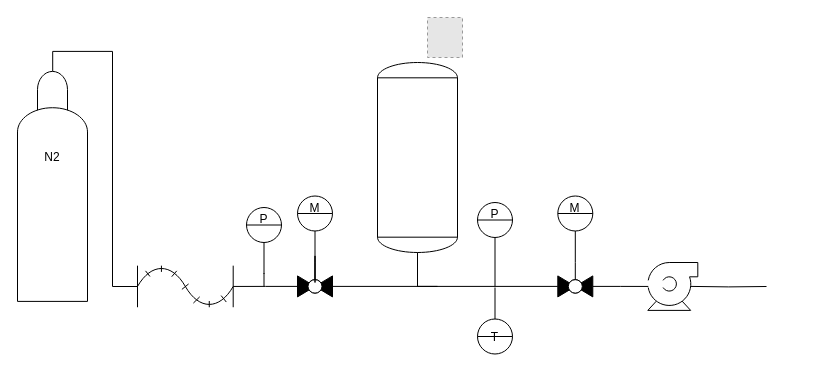
Earlier version of the draw.io diagram Pump Teststand.drawio (tudsat-rocket/diagrams). Source tidied: cells renumbered, new cells numbered last; positions are measured from the earlier drawing's top-left corner, leaving out a move shared by most shapes. Both pictures are drawn from the tidied source at 100%, with x=0, y=0 at pixel (17, 17). Pictures stored in the file or linked from it are replaced by grey dashed boxes.
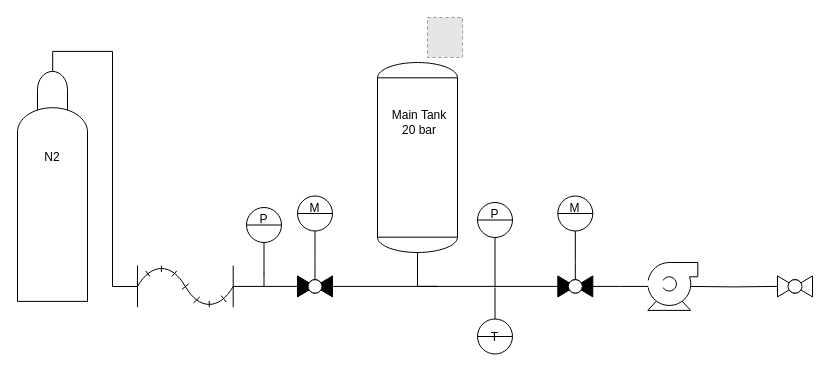
The same diagram, later.

Unchanged cells that the change refers to:
```xml
<mxCell id="16" style="verticalLabelPosition=bottom;align=center;html=1;verticalAlign=top;dashed=0;shape=mxgraph.pid2valves.valve;valveType=ball;defState=closed;labelPerimeter=1;" parent="1" vertex="1">
  <mxGeometry x="280" y="258.4" width="35" height="21" as="geometry" />
</mxCell>
<mxCell id="17" value="&lt;table cellpadding=&quot;0&quot; cellspacing=&quot;0&quot; style=&quot;font-size:1em;width:100%;height:100%;&quot;&gt;&lt;tbody&gt;&lt;tr&gt;&lt;td align=&quot;center&quot; height=&quot;25&quot;&gt;M&lt;/td&gt;&lt;/tr&gt;&lt;tr&gt;&lt;td align=&quot;center&quot; height=&quot;25&quot;&gt;&lt;br&gt;&lt;/td&gt;&lt;/tr&gt;&lt;tr&gt;&lt;td align=&quot;center&quot; valign=&quot;bottom&quot;&gt;&lt;/td&gt;&lt;/tr&gt;&lt;/tbody&gt;&lt;/table&gt;" style="html=1;outlineConnect=0;align=center;dashed=0;shape=mxgraph.pid2inst.indicator;mounting=room;overflow=fill;indType=inst;" parent="1" vertex="1">
  <mxGeometry x="280" y="178.5" width="35" height="66.5" as="geometry" />
</mxCell>
```

What changed in the source:
```diff
@@
-    <mxCell id="4" style="edgeStyle=orthogonalEdgeStyle;shape=connector;rounded=0;orthogonalLoop=1;jettySize=auto;html=1;exitX=0.86;exitY=0.5;exitDx=0;exitDy=0;exitPerimeter=0;strokeColor=default;align=center;verticalAlign=middle;fontFamily=Helvetica;fontSize=11;fontColor=default;labelBackgroundColor=default;defaultLabelBackgroundColor=page;labelPadding=0 4;endArrow=none;endFill=0;" parent="1" edge="1">
+    <mxCell id="4" style="edgeStyle=orthogonalEdgeStyle;shape=connector;rounded=0;jettySize=auto;html=1;exitX=0.86;exitY=0.5;exitDx=0;exitDy=0;exitPerimeter=0;strokeColor=default;align=center;verticalAlign=middle;fontFamily=Helvetica;fontSize=11;fontColor=default;labelBackgroundColor=default;defaultLabelBackgroundColor=page;labelPadding=0 4;endArrow=none;endFill=0;entryX=0;entryY=0.5;entryDx=0;entryDy=0;entryPerimeter=0;" parent="1" edge="1" target="25">
       <mxGeometry relative="1" as="geometry">
         <mxPoint x="672.3" y="268.9" as="sourcePoint" />
-        <mxPoint x="749" y="269" as="targetPoint" />
       </mxGeometry>
     </mxCell>
@@
-    <mxCell id="19" style="edgeStyle=orthogonalEdgeStyle;shape=connector;rounded=0;jettySize=auto;html=1;entryX=0.5;entryY=0.18;entryDx=0;entryDy=0;entryPerimeter=0;strokeColor=default;align=center;verticalAlign=middle;fontFamily=Helvetica;fontSize=11;fontColor=default;labelBackgroundColor=default;defaultLabelBackgroundColor=page;labelPadding=0 4;endArrow=none;endFill=0;" parent="1" edge="1" source="17" target="16">
-      <mxGeometry relative="1" as="geometry" />
+    <mxCell id="19" style="edgeStyle=orthogonalEdgeStyle;shape=connector;rounded=0;orthogonalLoop=1;jettySize=auto;html=1;entryX=0.5;entryY=0.18;entryDx=0;entryDy=0;entryPerimeter=0;strokeColor=default;align=center;verticalAlign=middle;fontFamily=Helvetica;fontSize=11;fontColor=default;labelBackgroundColor=default;defaultLabelBackgroundColor=page;labelPadding=0 4;endArrow=none;endFill=0;" parent="1" edge="1">
+      <mxGeometry relative="1" as="geometry">
+        <mxPoint x="297.5" y="245" as="sourcePoint" />
+        <mxPoint x="297.5" y="262.2" as="targetPoint" />
+      </mxGeometry>
     </mxCell>
@@
+    <mxCell id="25" style="verticalLabelPosition=bottom;align=center;html=1;verticalAlign=top;dashed=0;shape=mxgraph.pid2valves.valve;valveType=ball;labelPerimeter=1;" parent="1" vertex="1">
+      <mxGeometry x="760" y="258.4" width="35" height="21" as="geometry" />
+    </mxCell>
+    <mxCell id="26" value="&lt;div&gt;Main Tank&lt;/div&gt;&lt;div&gt;20 bar&lt;/div&gt;" style="text;html=1;whiteSpace=wrap;strokeColor=none;fillColor=none;align=center;verticalAlign=middle;rounded=0;" parent="1" vertex="1">
+      <mxGeometry x="372" y="90" width="60" height="30" as="geometry" />
+    </mxCell>
```
